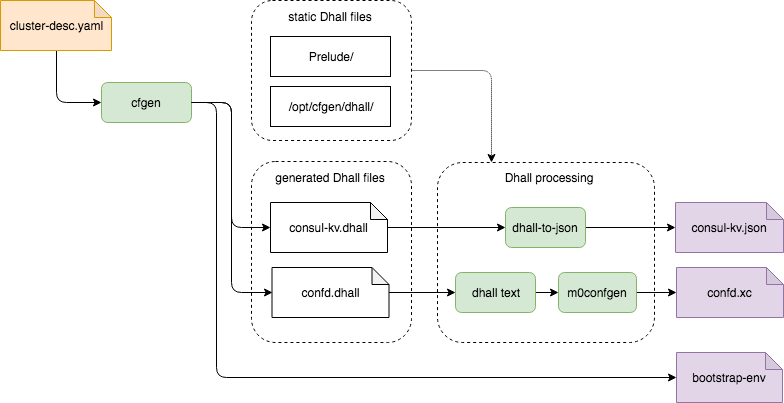
The draw.io diagram rfc/3/cfgen.png in Seagate/cortx-hare, before a commit. Source tidied: cells renumbered, new cells last; positions are measured from the earlier drawing's top-left corner, leaving out a move shared by most shapes.
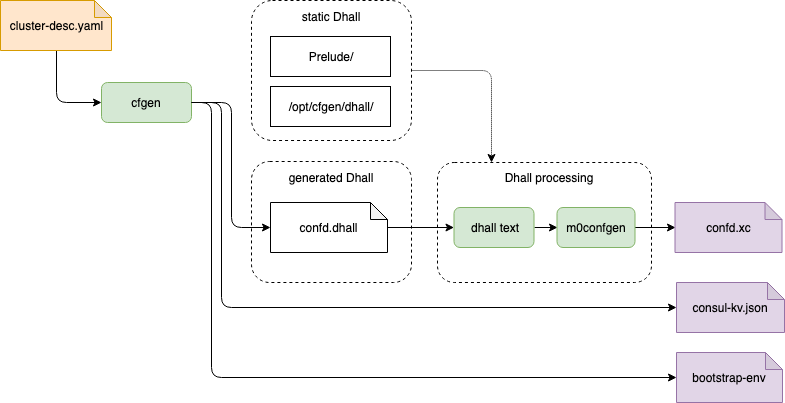
Later version of the same file.

Commit message:
cfgen: Render consul-kv.json directly

What changed in the source:
```diff
@@ -8,44 +8,38 @@
     <mxCell id="3" style="rounded=1;whiteSpace=wrap;html=1;dashed=1;" parent="1" vertex="1">
       <mxGeometry x="251" width="160" height="140" as="geometry" />
     </mxCell>
-    <mxCell id="4" value="static Dhall files" style="text;html=1;strokeColor=none;fillColor=none;align=center;verticalAlign=middle;whiteSpace=wrap;rounded=0;" parent="1" vertex="1">
+    <mxCell id="4" value="static Dhall" style="text;html=1;strokeColor=none;fillColor=none;align=center;verticalAlign=middle;whiteSpace=wrap;rounded=0;" parent="1" vertex="1">
       <mxGeometry x="245" y="6" width="170" height="20" as="geometry" />
     </mxCell>
     <mxCell id="5" style="rounded=1;whiteSpace=wrap;html=1;arcSize=14;dashed=1;" parent="1" vertex="1">
-      <mxGeometry x="437" y="162" width="217" height="180" as="geometry" />
+      <mxGeometry x="437" y="162" width="214" height="120" as="geometry" />
     </mxCell>
     <mxCell id="6" style="rounded=1;whiteSpace=wrap;html=1;dashed=1;" parent="1" vertex="1">
-      <mxGeometry x="251" y="161" width="160" height="181" as="geometry" />
+      <mxGeometry x="251" y="161" width="160" height="121" as="geometry" />
     </mxCell>
     <mxCell id="7" style="edgeStyle=orthogonalEdgeStyle;rounded=0;jettySize=auto;html=1;" parent="1" edge="1" source="8" target="11">
       <mxGeometry relative="1" as="geometry" />
     </mxCell>
     <mxCell id="8" value="confd.dhall" style="shape=note;whiteSpace=wrap;html=1;backgroundOutline=1;darkOpacity=0.05;size=17;" parent="1" vertex="1">
-      <mxGeometry x="271.5" y="267" width="117" height="50" as="geometry" />
+      <mxGeometry x="270" y="202" width="117" height="50" as="geometry" />
     </mxCell>
-    <mxCell id="9" style="edgeStyle=orthogonalEdgeStyle;rounded=0;jettySize=auto;html=1;entryX=0;entryY=0.5;entryDx=0;entryDy=0;" parent="1" edge="1" source="23" target="22">
-      <mxGeometry relative="1" as="geometry" />
-    </mxCell>
     <mxCell id="10" style="edgeStyle=orthogonalEdgeStyle;rounded=0;jettySize=auto;html=1;exitX=1;exitY=0.5;exitDx=0;exitDy=0;entryX=0;entryY=0.5;entryDx=0;entryDy=0;" parent="1" edge="1" source="11" target="14">
       <mxGeometry relative="1" as="geometry" />
     </mxCell>
     <mxCell id="11" value="dhall text" style="rounded=1;whiteSpace=wrap;html=1;fillColor=#D5E8D4;strokeColor=#82B366;" parent="1" vertex="1">
-      <mxGeometry x="455" y="272" width="80" height="40" as="geometry" />
+      <mxGeometry x="453.5" y="207" width="80" height="40" as="geometry" />
     </mxCell>
-    <mxCell id="12" style="edgeStyle=orthogonalEdgeStyle;rounded=0;jettySize=auto;html=1;exitX=1;exitY=0.5;exitDx=0;exitDy=0;entryX=0;entryY=0.5;entryDx=0;entryDy=0;entryPerimeter=0;" parent="1" edge="1" source="22" target="21">
-      <mxGeometry relative="1" as="geometry" />
-    </mxCell>
     <mxCell id="13" style="edgeStyle=orthogonalEdgeStyle;rounded=0;jettySize=auto;html=1;entryX=0;entryY=0.5;entryDx=0;entryDy=0;entryPerimeter=0;" parent="1" edge="1" source="14" target="20">
       <mxGeometry relative="1" as="geometry" />
     </mxCell>
     <mxCell id="14" value="m0confgen" style="rounded=1;whiteSpace=wrap;html=1;fontStyle=0;fillColor=#D5E8D4;strokeColor=#82B366;" parent="1" vertex="1">
-      <mxGeometry x="558" y="272" width="78" height="40" as="geometry" />
+      <mxGeometry x="556.5" y="207" width="78" height="40" as="geometry" />
     </mxCell>
     <mxCell id="15" style="edgeStyle=orthogonalEdgeStyle;rounded=1;jettySize=auto;html=1;exitX=1;exitY=0.5;exitDx=0;exitDy=0;entryX=0;entryY=0.5;entryDx=0;entryDy=0;entryPerimeter=0;startArrow=none;startFill=0;endArrow=classic;endFill=1;" parent="1" edge="1" source="16" target="24">
       <mxGeometry relative="1" as="geometry">
         <Array as="points">
-          <mxPoint x="216" y="102" />
-          <mxPoint x="216" y="377" />
+          <mxPoint x="211" y="102" />
+          <mxPoint x="211" y="377" />
         </Array>
       </mxGeometry>
     </mxCell>
@@ -58,21 +52,15 @@
     <mxCell id="18" value="cluster-desc.yaml" style="shape=note;whiteSpace=wrap;html=1;backgroundOutline=1;darkOpacity=0.05;size=17;fillColor=#ffe6cc;strokeColor=#d79b00;" parent="1" vertex="1">
       <mxGeometry width="111" height="50" as="geometry" />
     </mxCell>
-    <mxCell id="19" value="generated Dhall files" style="text;html=1;strokeColor=none;fillColor=none;align=center;verticalAlign=middle;whiteSpace=wrap;rounded=0;" parent="1" vertex="1">
+    <mxCell id="19" value="generated Dhall" style="text;html=1;strokeColor=none;fillColor=none;align=center;verticalAlign=middle;whiteSpace=wrap;rounded=0;" parent="1" vertex="1">
       <mxGeometry x="245" y="167" width="170" height="20" as="geometry" />
     </mxCell>
     <mxCell id="20" value="confd.xc" style="shape=note;whiteSpace=wrap;html=1;backgroundOutline=1;darkOpacity=0.05;size=17;fillColor=#e1d5e7;strokeColor=#9673a6;" parent="1" vertex="1">
-      <mxGeometry x="676" y="267" width="107" height="50" as="geometry" />
+      <mxGeometry x="674.5" y="202" width="107" height="50" as="geometry" />
     </mxCell>
     <mxCell id="21" value="consul-kv.json" style="shape=note;whiteSpace=wrap;html=1;backgroundOutline=1;darkOpacity=0.05;size=17;fillColor=#e1d5e7;strokeColor=#9673a6;" parent="1" vertex="1">
-      <mxGeometry x="675" y="202" width="108" height="50" as="geometry" />
+      <mxGeometry x="676" y="282" width="108" height="50" as="geometry" />
     </mxCell>
-    <mxCell id="22" value="dhall-to-json" style="rounded=1;whiteSpace=wrap;html=1;fillColor=#D5E8D4;strokeColor=#82B366;" parent="1" vertex="1">
-      <mxGeometry x="505" y="207" width="80" height="40" as="geometry" />
-    </mxCell>
-    <mxCell id="23" value="consul-kv.dhall" style="shape=note;whiteSpace=wrap;html=1;backgroundOutline=1;darkOpacity=0.05;size=17;" parent="1" vertex="1">
-      <mxGeometry x="270" y="202" width="117" height="50" as="geometry" />
-    </mxCell>
     <mxCell id="24" value="bootstrap-env" style="shape=note;whiteSpace=wrap;html=1;backgroundOutline=1;darkOpacity=0.05;size=17;fillColor=#e1d5e7;strokeColor=#9673a6;" parent="1" vertex="1">
       <mxGeometry x="676" y="352" width="106" height="50" as="geometry" />
     </mxCell>
@@ -85,11 +73,16 @@
     <mxCell id="27" value="Dhall processing" style="text;html=1;strokeColor=none;fillColor=none;align=center;verticalAlign=middle;whiteSpace=wrap;rounded=0;fontStyle=0;" parent="1" vertex="1">
       <mxGeometry x="495" y="167" width="106" height="20" as="geometry" />
     </mxCell>
-    <mxCell id="28" style="edgeStyle=orthogonalEdgeStyle;jettySize=auto;html=1;exitX=1;exitY=0.5;exitDx=0;exitDy=0;entryX=0;entryY=0.5;entryDx=0;entryDy=0;rounded=1;entryPerimeter=0;" parent="1" edge="1" source="16" target="23">
-      <mxGeometry relative="1" as="geometry" />
-    </mxCell>
     <mxCell id="29" style="edgeStyle=orthogonalEdgeStyle;jettySize=auto;html=1;exitX=1;exitY=0.5;exitDx=0;exitDy=0;entryX=0;entryY=0.5;entryDx=0;entryDy=0;rounded=1;entryPerimeter=0;" parent="1" edge="1" source="16" target="8">
       <mxGeometry relative="1" as="geometry" />
     </mxCell>
+    <mxCell id="30" style="edgeStyle=orthogonalEdgeStyle;jettySize=auto;html=1;exitX=1;exitY=0.5;exitDx=0;exitDy=0;entryX=0;entryY=0.5;entryDx=0;entryDy=0;rounded=1;entryPerimeter=0;" parent="1" edge="1" source="16" target="21">
+      <mxGeometry relative="1" as="geometry">
+        <Array as="points">
+          <mxPoint x="221" y="102" />
+          <mxPoint x="221" y="307" />
+        </Array>
+      </mxGeometry>
+    </mxCell>
   </root>
 </mxGraphModel>
```
